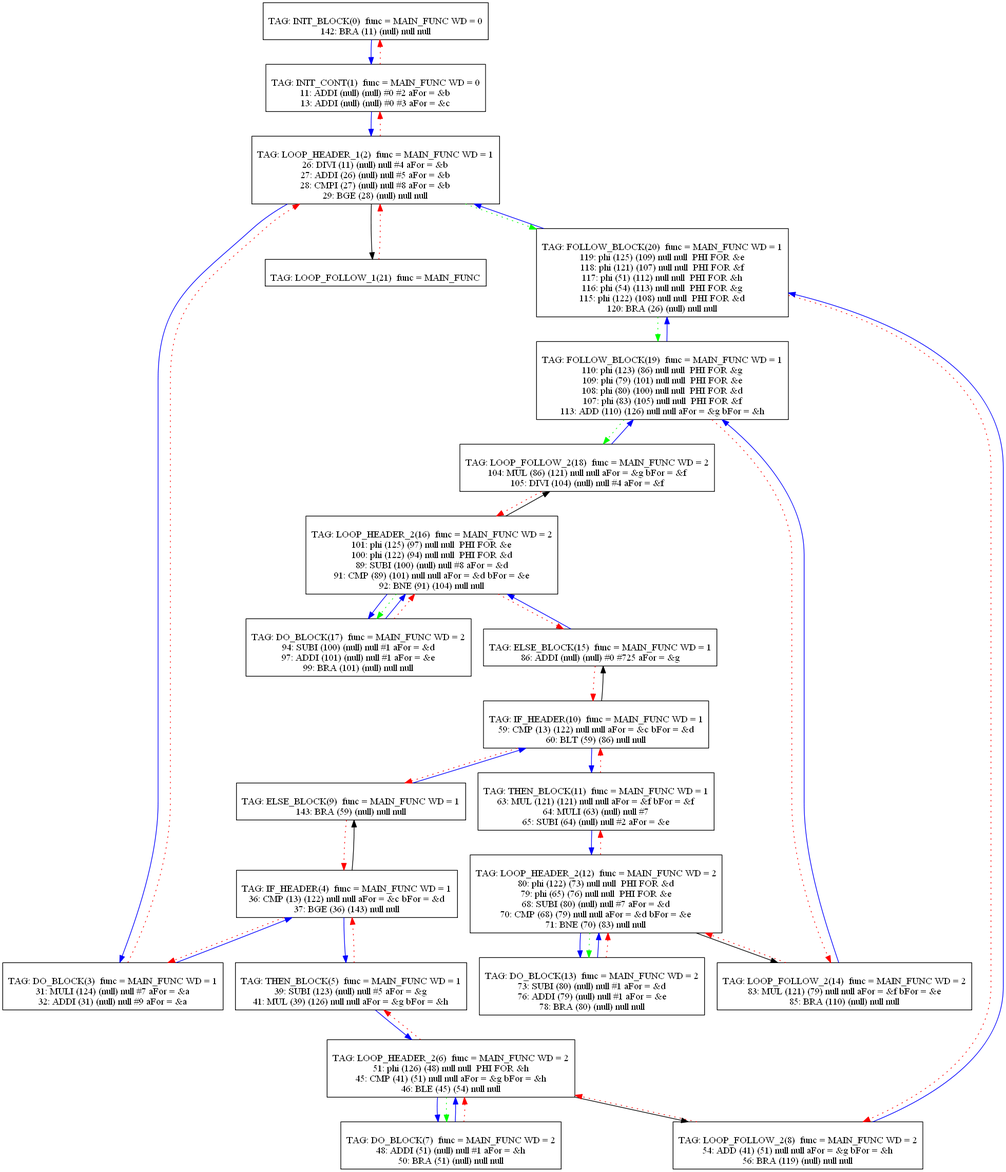
Above: Compiler/24graph.png in mbajaj92/Project-Astoria (Graphviz), before the change. Its source is kept beside it as Compiler/24graph.dot. Source of this version:
```dot
digraph {
0[label="
TAG: INIT_BLOCK(0)  func = MAIN_FUNC WD = 0
142: BRA (11) (null) null null
"];
0[shape=box];
0 -> 1[color=blue]
1[label="
TAG: INIT_CONT(1)  func = MAIN_FUNC WD = 0
11: ADDI (null) (null) #0 #2 aFor = &b
13: ADDI (null) (null) #0 #3 aFor = &c
"];
1[shape=box];
1 -> 2[color=blue]
1 -> 0[color=red][style=dotted]
2[label="
TAG: LOOP_HEADER_1(2)  func = MAIN_FUNC WD = 1
26: DIVI (11) (null) null #4 aFor = &b
27: ADDI (26) (null) null #5 aFor = &b
28: CMPI (27) (null) null #8 aFor = &b
29: BGE (28) (null) null null
"];
2[shape=box];
2 -> 3[color=blue]
2 -> 21[color=black]
2 -> 1[color=red][style=dotted]
2 -> 20[color=green][style=dotted]
3[label="
TAG: DO_BLOCK(3)  func = MAIN_FUNC WD = 1
31: MULI (124) (null) null #7 aFor = &a
32: ADDI (31) (null) null #9 aFor = &a
"];
3[shape=box];
3 -> 4[color=blue]
3 -> 2[color=red][style=dotted]
4[label="
TAG: IF_HEADER(4)  func = MAIN_FUNC WD = 1
36: CMP (13) (122) null null aFor = &c bFor = &d
37: BGE (36) (143) null null
"];
4[shape=box];
4 -> 5[color=blue]
4 -> 9[color=black]
4 -> 3[color=red][style=dotted]
5[label="
TAG: THEN_BLOCK(5)  func = MAIN_FUNC WD = 1
39: SUBI (123) (null) null #5 aFor = &g
41: MUL (39) (126) null null aFor = &g bFor = &h
"];
5[shape=box];
5 -> 6[color=blue]
5 -> 4[color=red][style=dotted]
6[label="
TAG: LOOP_HEADER_2(6)  func = MAIN_FUNC WD = 2
51: phi (126) (48) null null  PHI FOR &h
45: CMP (41) (51) null null aFor = &g bFor = &h
46: BLE (45) (54) null null
"];
6[shape=box];
6 -> 7[color=blue]
6 -> 8[color=black]
6 -> 5[color=red][style=dotted]
6 -> 7[color=green][style=dotted]
7[label="
TAG: DO_BLOCK(7)  func = MAIN_FUNC WD = 2
48: ADDI (51) (null) null #1 aFor = &h
50: BRA (51) (null) null null
"];
7[shape=box];
7 -> 6[color=blue]
7 -> 6[color=red][style=dotted]
8[label="
TAG: LOOP_FOLLOW_2(8)  func = MAIN_FUNC WD = 2
54: ADD (41) (51) null null aFor = &g bFor = &h
56: BRA (119) (null) null null
"];
8[shape=box];
8 -> 20[color=blue]
8 -> 6[color=red][style=dotted]
9[label="
TAG: ELSE_BLOCK(9)  func = MAIN_FUNC WD = 1
143: BRA (59) (null) null null
"];
9[shape=box];
9 -> 10[color=blue]
9 -> 4[color=red][style=dotted]
10[label="
TAG: IF_HEADER(10)  func = MAIN_FUNC WD = 1
59: CMP (13) (122) null null aFor = &c bFor = &d
60: BLT (59) (86) null null
"];
10[shape=box];
10 -> 11[color=blue]
10 -> 15[color=black]
10 -> 9[color=red][style=dotted]
11[label="
TAG: THEN_BLOCK(11)  func = MAIN_FUNC WD = 1
63: MUL (121) (121) null null aFor = &f bFor = &f
64: MULI (63) (null) null #7
65: SUBI (64) (null) null #2 aFor = &e
"];
11[shape=box];
11 -> 12[color=blue]
11 -> 10[color=red][style=dotted]
12[label="
TAG: LOOP_HEADER_2(12)  func = MAIN_FUNC WD = 2
80: phi (122) (73) null null  PHI FOR &d
79: phi (65) (76) null null  PHI FOR &e
68: SUBI (80) (null) null #7 aFor = &d
70: CMP (68) (79) null null aFor = &d bFor = &e
71: BNE (70) (83) null null
"];
12[shape=box];
12 -> 13[color=blue]
12 -> 14[color=black]
12 -> 11[color=red][style=dotted]
12 -> 13[color=green][style=dotted]
13[label="
TAG: DO_BLOCK(13)  func = MAIN_FUNC WD = 2
73: SUBI (80) (null) null #1 aFor = &d
76: ADDI (79) (null) null #1 aFor = &e
78: BRA (80) (null) null null
"];
13[shape=box];
13 -> 12[color=blue]
13 -> 12[color=red][style=dotted]
14[label="
TAG: LOOP_FOLLOW_2(14)  func = MAIN_FUNC WD = 2
83: MUL (121) (79) null null aFor = &f bFor = &e
85: BRA (110) (null) null null
"];
14[shape=box];
14 -> 19[color=blue]
14 -> 12[color=red][style=dotted]
15[label="
TAG: ELSE_BLOCK(15)  func = MAIN_FUNC WD = 1
86: ADDI (null) (null) #0 #725 aFor = &g
"];
15[shape=box];
15 -> 16[color=blue]
15 -> 10[color=red][style=dotted]
16[label="
TAG: LOOP_HEADER_2(16)  func = MAIN_FUNC WD = 2
101: phi (125) (97) null null  PHI FOR &e
100: phi (122) (94) null null  PHI FOR &d
89: SUBI (100) (null) null #8 aFor = &d
91: CMP (89) (101) null null aFor = &d bFor = &e
92: BNE (91) (104) null null
"];
16[shape=box];
16 -> 17[color=blue]
16 -> 18[color=black]
16 -> 15[color=red][style=dotted]
16 -> 17[color=green][style=dotted]
17[label="
TAG: DO_BLOCK(17)  func = MAIN_FUNC WD = 2
94: SUBI (100) (null) null #1 aFor = &d
97: ADDI (101) (null) null #1 aFor = &e
99: BRA (101) (null) null null
"];
17[shape=box];
17 -> 16[color=blue]
17 -> 16[color=red][style=dotted]
18[label="
TAG: LOOP_FOLLOW_2(18)  func = MAIN_FUNC WD = 2
104: MUL (86) (121) null null aFor = &g bFor = &f
105: DIVI (104) (null) null #4 aFor = &f
"];
18[shape=box];
18 -> 19[color=blue]
18 -> 16[color=red][style=dotted]
19[label="
TAG: FOLLOW_BLOCK(19)  func = MAIN_FUNC WD = 1
110: phi (123) (86) null null  PHI FOR &g
109: phi (79) (101) null null  PHI FOR &e
108: phi (80) (100) null null  PHI FOR &d
107: phi (83) (105) null null  PHI FOR &f
113: ADD (110) (126) null null aFor = &g bFor = &h
"];
19[shape=box];
19 -> 20[color=blue]
19 -> 14[color=red][style=dotted]
19 -> 18[color=green][style=dotted]
20[label="
TAG: FOLLOW_BLOCK(20)  func = MAIN_FUNC WD = 1
119: phi (125) (109) null null  PHI FOR &e
118: phi (121) (107) null null  PHI FOR &f
117: phi (51) (112) null null  PHI FOR &h
116: phi (54) (113) null null  PHI FOR &g
115: phi (122) (108) null null  PHI FOR &d
120: BRA (26) (null) null null
"];
20[shape=box];
20 -> 2[color=blue]
20 -> 8[color=red][style=dotted]
20 -> 19[color=green][style=dotted]
21[label="
TAG: LOOP_FOLLOW_1(21)  func = MAIN_FUNC
"];
21[shape=box];
21 -> 2[color=red][style=dotted]
}
```
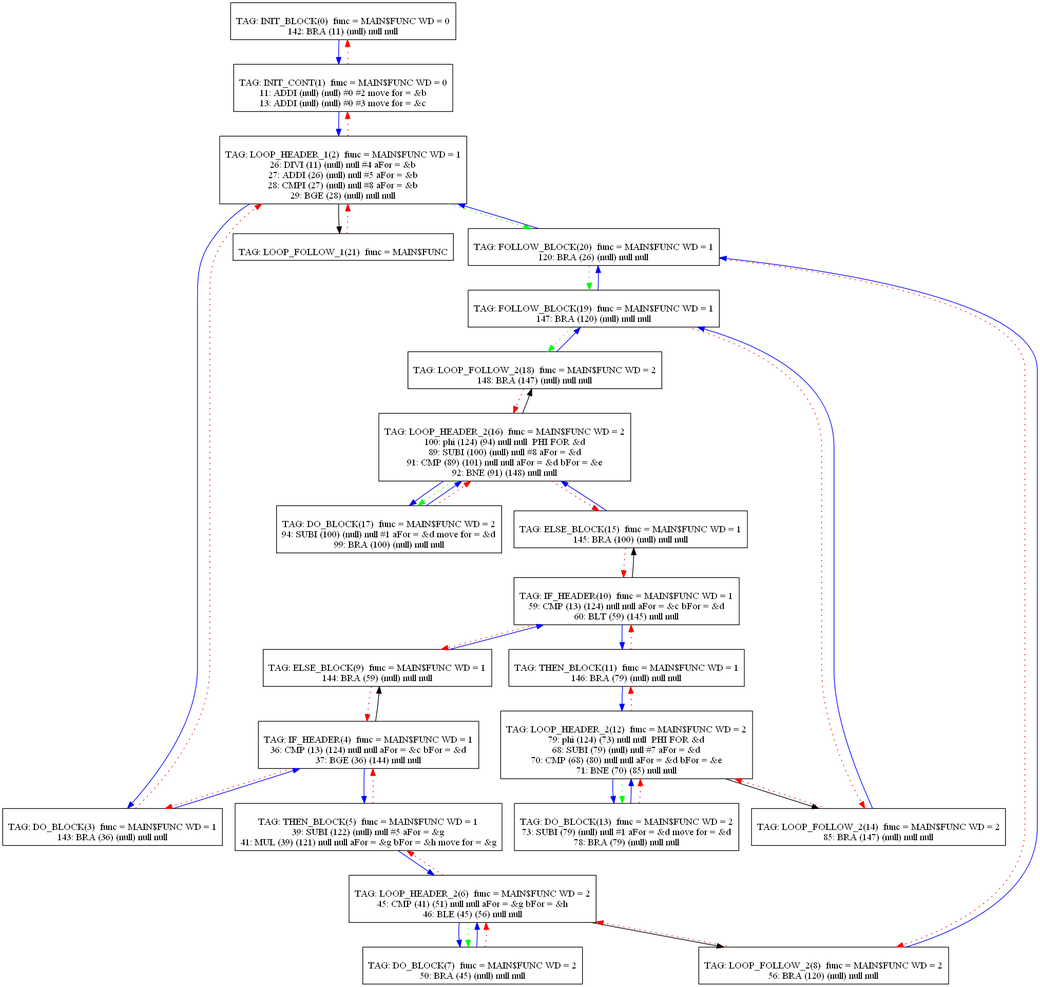
Later version of the same file.

Change to the diagram source:
```diff
@@ -1,20 +1,20 @@
 digraph {
 0[label="
-TAG: INIT_BLOCK(0)  func = MAIN_FUNC WD = 0
+TAG: INIT_BLOCK(0)  func = MAIN$FUNC WD = 0
 142: BRA (11) (null) null null
 "];
 0[shape=box];
 0 -> 1[color=blue]
 1[label="
-TAG: INIT_CONT(1)  func = MAIN_FUNC WD = 0
-11: ADDI (null) (null) #0 #2 aFor = &b
-13: ADDI (null) (null) #0 #3 aFor = &c
+TAG: INIT_CONT(1)  func = MAIN$FUNC WD = 0
+11: ADDI (null) (null) #0 #2 move for = &b
+13: ADDI (null) (null) #0 #3 move for = &c
 "];
 1[shape=box];
 1 -> 2[color=blue]
 1 -> 0[color=red][style=dotted]
 2[label="
-TAG: LOOP_HEADER_1(2)  func = MAIN_FUNC WD = 1
+TAG: LOOP_HEADER_1(2)  func = MAIN$FUNC WD = 1
 26: DIVI (11) (null) null #4 aFor = &b
 27: ADDI (26) (null) null #5 aFor = &b
 28: CMPI (27) (null) null #8 aFor = &b
@@ -26,35 +26,33 @@
 2 -> 1[color=red][style=dotted]
 2 -> 20[color=green][style=dotted]
 3[label="
-TAG: DO_BLOCK(3)  func = MAIN_FUNC WD = 1
-31: MULI (124) (null) null #7 aFor = &a
-32: ADDI (31) (null) null #9 aFor = &a
+TAG: DO_BLOCK(3)  func = MAIN$FUNC WD = 1
+143: BRA (36) (null) null null
 "];
 3[shape=box];
 3 -> 4[color=blue]
 3 -> 2[color=red][style=dotted]
 4[label="
-TAG: IF_HEADER(4)  func = MAIN_FUNC WD = 1
-36: CMP (13) (122) null null aFor = &c bFor = &d
-37: BGE (36) (143) null null
+TAG: IF_HEADER(4)  func = MAIN$FUNC WD = 1
+36: CMP (13) (124) null null aFor = &c bFor = &d
+37: BGE (36) (144) null null
 "];
 4[shape=box];
 4 -> 5[color=blue]
 4 -> 9[color=black]
 4 -> 3[color=red][style=dotted]
 5[label="
-TAG: THEN_BLOCK(5)  func = MAIN_FUNC WD = 1
-39: SUBI (123) (null) null #5 aFor = &g
-41: MUL (39) (126) null null aFor = &g bFor = &h
+TAG: THEN_BLOCK(5)  func = MAIN$FUNC WD = 1
+39: SUBI (122) (null) null #5 aFor = &g
+41: MUL (39) (121) null null aFor = &g bFor = &h move for = &g
 "];
 5[shape=box];
 5 -> 6[color=blue]
 5 -> 4[color=red][style=dotted]
 6[label="
-TAG: LOOP_HEADER_2(6)  func = MAIN_FUNC WD = 2
-51: phi (126) (48) null null  PHI FOR &h
+TAG: LOOP_HEADER_2(6)  func = MAIN$FUNC WD = 2
 45: CMP (41) (51) null null aFor = &g bFor = &h
-46: BLE (45) (54) null null
+46: BLE (45) (56) null null
 "];
 6[shape=box];
 6 -> 7[color=blue]
@@ -62,53 +60,48 @@
 6 -> 5[color=red][style=dotted]
 6 -> 7[color=green][style=dotted]
 7[label="
-TAG: DO_BLOCK(7)  func = MAIN_FUNC WD = 2
-48: ADDI (51) (null) null #1 aFor = &h
-50: BRA (51) (null) null null
+TAG: DO_BLOCK(7)  func = MAIN$FUNC WD = 2
+50: BRA (45) (null) null null
 "];
 7[shape=box];
 7 -> 6[color=blue]
 7 -> 6[color=red][style=dotted]
 8[label="
-TAG: LOOP_FOLLOW_2(8)  func = MAIN_FUNC WD = 2
-54: ADD (41) (51) null null aFor = &g bFor = &h
-56: BRA (119) (null) null null
+TAG: LOOP_FOLLOW_2(8)  func = MAIN$FUNC WD = 2
+56: BRA (120) (null) null null
 "];
 8[shape=box];
 8 -> 20[color=blue]
 8 -> 6[color=red][style=dotted]
 9[label="
-TAG: ELSE_BLOCK(9)  func = MAIN_FUNC WD = 1
-143: BRA (59) (null) null null
+TAG: ELSE_BLOCK(9)  func = MAIN$FUNC WD = 1
+144: BRA (59) (null) null null
 "];
 9[shape=box];
 9 -> 10[color=blue]
 9 -> 4[color=red][style=dotted]
 10[label="
-TAG: IF_HEADER(10)  func = MAIN_FUNC WD = 1
-59: CMP (13) (122) null null aFor = &c bFor = &d
-60: BLT (59) (86) null null
+TAG: IF_HEADER(10)  func = MAIN$FUNC WD = 1
+59: CMP (13) (124) null null aFor = &c bFor = &d
+60: BLT (59) (145) null null
 "];
 10[shape=box];
 10 -> 11[color=blue]
 10 -> 15[color=black]
 10 -> 9[color=red][style=dotted]
 11[label="
-TAG: THEN_BLOCK(11)  func = MAIN_FUNC WD = 1
-63: MUL (121) (121) null null aFor = &f bFor = &f
-64: MULI (63) (null) null #7
-65: SUBI (64) (null) null #2 aFor = &e
+TAG: THEN_BLOCK(11)  func = MAIN$FUNC WD = 1
+146: BRA (79) (null) null null
 "];
 11[shape=box];
 11 -> 12[color=blue]
 11 -> 10[color=red][style=dotted]
 12[label="
-TAG: LOOP_HEADER_2(12)  func = MAIN_FUNC WD = 2
-80: phi (122) (73) null null  PHI FOR &d
-79: phi (65) (76) null null  PHI FOR &e
-68: SUBI (80) (null) null #7 aFor = &d
-70: CMP (68) (79) null null aFor = &d bFor = &e
-71: BNE (70) (83) null null
+TAG: LOOP_HEADER_2(12)  func = MAIN$FUNC WD = 2
+79: phi (124) (73) null null  PHI FOR &d
+68: SUBI (79) (null) null #7 aFor = &d
+70: CMP (68) (80) null null aFor = &d bFor = &e
+71: BNE (70) (85) null null
 "];
 12[shape=box];
 12 -> 13[color=blue]
@@ -116,36 +109,33 @@
 12 -> 11[color=red][style=dotted]
 12 -> 13[color=green][style=dotted]
 13[label="
-TAG: DO_BLOCK(13)  func = MAIN_FUNC WD = 2
-73: SUBI (80) (null) null #1 aFor = &d
-76: ADDI (79) (null) null #1 aFor = &e
-78: BRA (80) (null) null null
+TAG: DO_BLOCK(13)  func = MAIN$FUNC WD = 2
+73: SUBI (79) (null) null #1 aFor = &d move for = &d
+78: BRA (79) (null) null null
 "];
 13[shape=box];
 13 -> 12[color=blue]
 13 -> 12[color=red][style=dotted]
 14[label="
-TAG: LOOP_FOLLOW_2(14)  func = MAIN_FUNC WD = 2
-83: MUL (121) (79) null null aFor = &f bFor = &e
-85: BRA (110) (null) null null
+TAG: LOOP_FOLLOW_2(14)  func = MAIN$FUNC WD = 2
+85: BRA (147) (null) null null
 "];
 14[shape=box];
 14 -> 19[color=blue]
 14 -> 12[color=red][style=dotted]
 15[label="
-TAG: ELSE_BLOCK(15)  func = MAIN_FUNC WD = 1
-86: ADDI (null) (null) #0 #725 aFor = &g
+TAG: ELSE_BLOCK(15)  func = MAIN$FUNC WD = 1
+145: BRA (100) (null) null null
 "];
 15[shape=box];
 15 -> 16[color=blue]
 15 -> 10[color=red][style=dotted]
 16[label="
-TAG: LOOP_HEADER_2(16)  func = MAIN_FUNC WD = 2
-101: phi (125) (97) null null  PHI FOR &e
-100: phi (122) (94) null null  PHI FOR &d
+TAG: LOOP_HEADER_2(16)  func = MAIN$FUNC WD = 2
+100: phi (124) (94) null null  PHI FOR &d
 89: SUBI (100) (null) null #8 aFor = &d
 91: CMP (89) (101) null null aFor = &d bFor = &e
-92: BNE (91) (104) null null
+92: BNE (91) (148) null null
 "];
 16[shape=box];
 16 -> 17[color=blue]
@@ -153,41 +143,30 @@
 16 -> 15[color=red][style=dotted]
 16 -> 17[color=green][style=dotted]
 17[label="
-TAG: DO_BLOCK(17)  func = MAIN_FUNC WD = 2
-94: SUBI (100) (null) null #1 aFor = &d
-97: ADDI (101) (null) null #1 aFor = &e
-99: BRA (101) (null) null null
+TAG: DO_BLOCK(17)  func = MAIN$FUNC WD = 2
+94: SUBI (100) (null) null #1 aFor = &d move for = &d
+99: BRA (100) (null) null null
 "];
 17[shape=box];
 17 -> 16[color=blue]
 17 -> 16[color=red][style=dotted]
 18[label="
-TAG: LOOP_FOLLOW_2(18)  func = MAIN_FUNC WD = 2
-104: MUL (86) (121) null null aFor = &g bFor = &f
-105: DIVI (104) (null) null #4 aFor = &f
+TAG: LOOP_FOLLOW_2(18)  func = MAIN$FUNC WD = 2
+148: BRA (147) (null) null null
 "];
 18[shape=box];
 18 -> 19[color=blue]
 18 -> 16[color=red][style=dotted]
 19[label="
-TAG: FOLLOW_BLOCK(19)  func = MAIN_FUNC WD = 1
-110: phi (123) (86) null null  PHI FOR &g
-109: phi (79) (101) null null  PHI FOR &e
-108: phi (80) (100) null null  PHI FOR &d
-107: phi (83) (105) null null  PHI FOR &f
-113: ADD (110) (126) null null aFor = &g bFor = &h
+TAG: FOLLOW_BLOCK(19)  func = MAIN$FUNC WD = 1
+147: BRA (120) (null) null null
 "];
 19[shape=box];
 19 -> 20[color=blue]
 19 -> 14[color=red][style=dotted]
 19 -> 18[color=green][style=dotted]
 20[label="
-TAG: FOLLOW_BLOCK(20)  func = MAIN_FUNC WD = 1
-119: phi (125) (109) null null  PHI FOR &e
-118: phi (121) (107) null null  PHI FOR &f
-117: phi (51) (112) null null  PHI FOR &h
-116: phi (54) (113) null null  PHI FOR &g
-115: phi (122) (108) null null  PHI FOR &d
+TAG: FOLLOW_BLOCK(20)  func = MAIN$FUNC WD = 1
 120: BRA (26) (null) null null
 "];
 20[shape=box];
@@ -195,7 +174,7 @@
 20 -> 8[color=red][style=dotted]
 20 -> 19[color=green][style=dotted]
 21[label="
-TAG: LOOP_FOLLOW_1(21)  func = MAIN_FUNC
+TAG: LOOP_FOLLOW_1(21)  func = MAIN$FUNC
 "];
 21[shape=box];
 21 -> 2[color=red][style=dotted]
```
